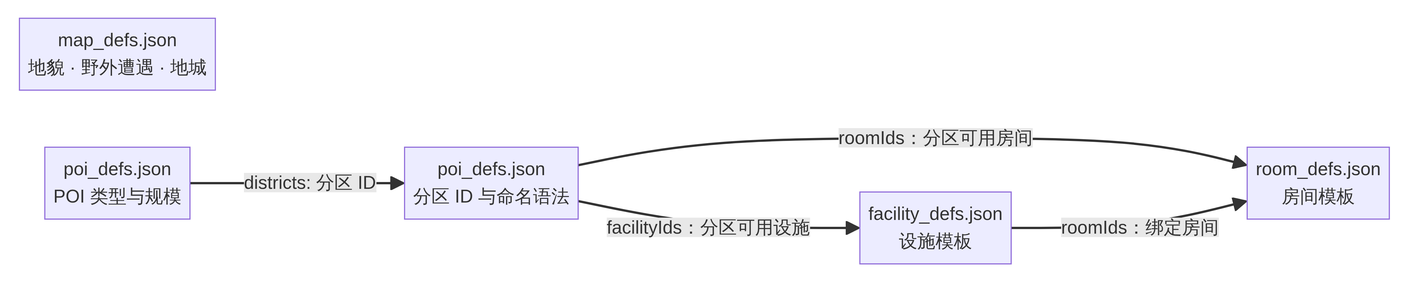
Earlier version of the Mermaid export docs/地图数据表结构.png (sanguodxj-byte/rimisekai). Its source is kept beside it as docs/地图数据表结构.mmd.
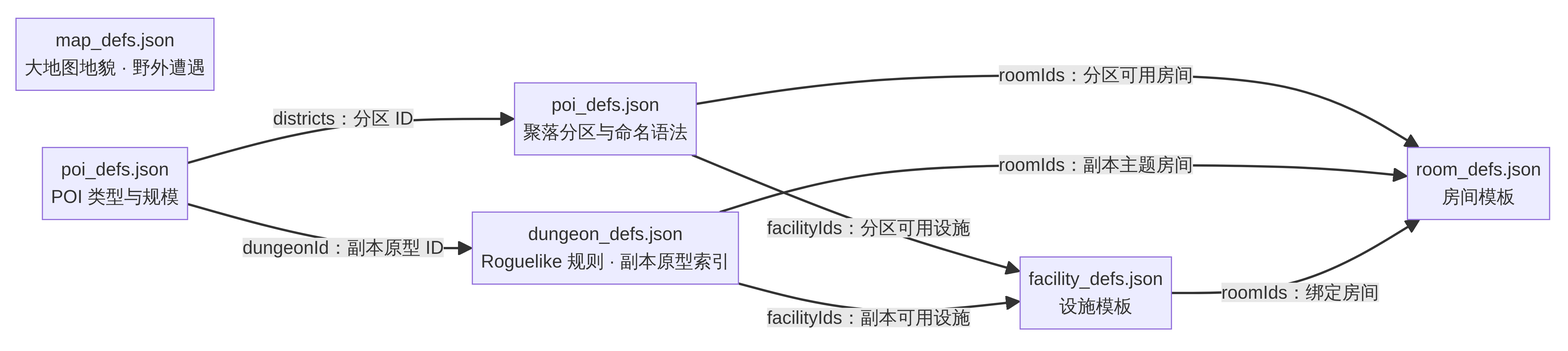
After the commit.

What changed in the source:
```diff
@@ -1,10 +1,14 @@
 flowchart LR
-    M[map_defs.json<br/>地貌 · 野外遭遇 · 地城]
+    M[map_defs.json<br/>大地图地貌 · 野外遭遇]
     P[poi_defs.json<br/>POI 类型与规模]
-    D[poi_defs.json<br/>分区 ID 与命名语法]
+    D[poi_defs.json<br/>聚落分区与命名语法]
     R[room_defs.json<br/>房间模板]
     F[facility_defs.json<br/>设施模板]
-    P -->|districts: 分区 ID| D
+    X[dungeon_defs.json<br/>Roguelike 规则 · 副本原型索引]
+    P -->|districts：分区 ID| D
+    P -->|dungeonId：副本原型 ID| X
     D -->|roomIds：分区可用房间| R
     D -->|facilityIds：分区可用设施| F
+    X -->|roomIds：副本主题房间| R
+    X -->|facilityIds：副本可用设施| F
     F -->|roomIds：绑定房间| R
```
